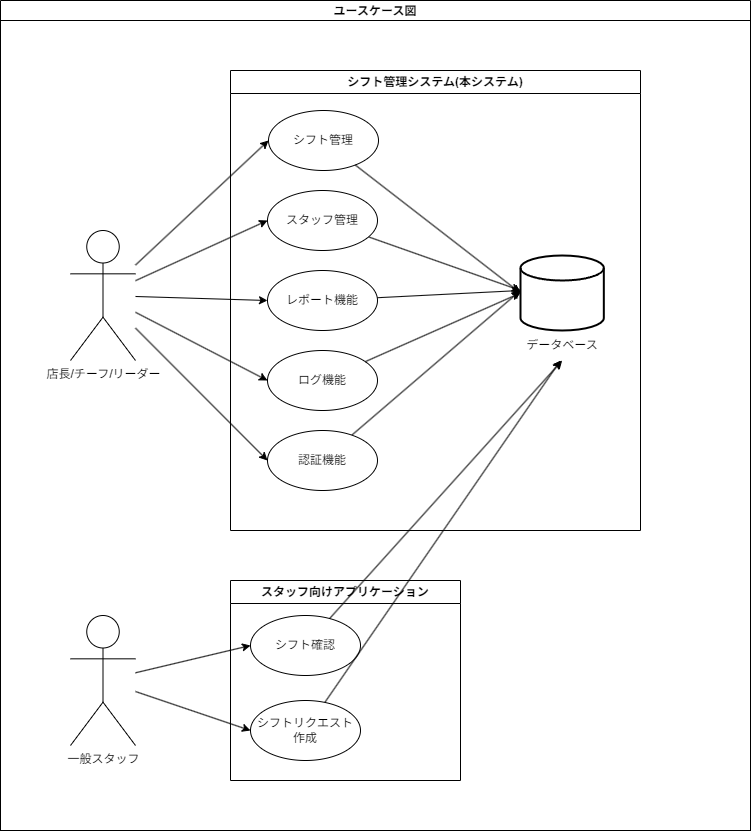
Above: docs/diagrams/ユースケース図.drawio.png in OMEGA-himajin/JyakunenPrac1 (draw.io), before the change. Source tidied: cells renumbered, new cells last; positions are measured from the earlier drawing's top-left corner, leaving out a move shared by most shapes. Source of this version:
```xml
<mxGraphModel>
  <root>
    <mxCell id="0" />
    <mxCell id="1" parent="0" />
    <mxCell id="2" value="ユースケース図" style="swimlane;whiteSpace=wrap;html=1;fillColor=#FFFFFF;" parent="1" vertex="1">
      <mxGeometry width="750" height="830" as="geometry" />
    </mxCell>
    <mxCell id="3" style="rounded=0;whiteSpace=wrap;html=1;" parent="2" vertex="1">
      <mxGeometry y="20" width="750" height="810" as="geometry" />
    </mxCell>
    <mxCell id="4" value="シフト管理システム(本システム)" style="swimlane;whiteSpace=wrap;html=1;" parent="2" vertex="1">
      <mxGeometry x="230" y="70" width="410" height="460" as="geometry" />
    </mxCell>
    <mxCell id="5" value="シフト管理" style="ellipse;whiteSpace=wrap;html=1;" parent="4" vertex="1">
      <mxGeometry x="38" y="40" width="110" height="60" as="geometry" />
    </mxCell>
    <mxCell id="6" value="ログ機能" style="ellipse;whiteSpace=wrap;html=1;" parent="4" vertex="1">
      <mxGeometry x="37" y="280" width="110" height="60" as="geometry" />
    </mxCell>
    <mxCell id="7" style="edgeStyle=none;html=1;" parent="4" edge="1" source="8">
      <mxGeometry relative="1" as="geometry">
        <mxPoint x="290" y="220" as="targetPoint" />
      </mxGeometry>
    </mxCell>
    <mxCell id="8" value="レポート機能" style="ellipse;whiteSpace=wrap;html=1;" parent="4" vertex="1">
      <mxGeometry x="37" y="200" width="110" height="60" as="geometry" />
    </mxCell>
    <mxCell id="9" style="edgeStyle=none;html=1;" parent="4" edge="1" source="10">
      <mxGeometry relative="1" as="geometry">
        <mxPoint x="290" y="220" as="targetPoint" />
      </mxGeometry>
    </mxCell>
    <mxCell id="10" value="スタッフ管理" style="ellipse;whiteSpace=wrap;html=1;" parent="4" vertex="1">
      <mxGeometry x="37" y="120" width="110" height="60" as="geometry" />
    </mxCell>
    <mxCell id="11" style="edgeStyle=none;html=1;" parent="4" edge="1" source="12">
      <mxGeometry relative="1" as="geometry">
        <mxPoint x="290" y="220" as="targetPoint" />
      </mxGeometry>
    </mxCell>
    <mxCell id="12" value="認証機能" style="ellipse;whiteSpace=wrap;html=1;" parent="4" vertex="1">
      <mxGeometry x="37" y="360" width="110" height="60" as="geometry" />
    </mxCell>
    <mxCell id="13" style="strokeWidth=2;html=1;shape=mxgraph.flowchart.database;whiteSpace=wrap;" parent="4" vertex="1">
      <mxGeometry x="290" y="185" width="83.3" height="75" as="geometry" />
    </mxCell>
    <mxCell id="14" value="データベース" style="text;html=1;align=center;verticalAlign=middle;whiteSpace=wrap;rounded=0;" parent="4" vertex="1">
      <mxGeometry x="286.7" y="260" width="90" height="30" as="geometry" />
    </mxCell>
    <mxCell id="15" style="edgeStyle=none;html=1;entryX=0;entryY=0.5;entryDx=0;entryDy=0;entryPerimeter=0;" parent="4" edge="1" source="5" target="13">
      <mxGeometry relative="1" as="geometry" />
    </mxCell>
    <mxCell id="16" style="edgeStyle=none;html=1;entryX=0;entryY=0.5;entryDx=0;entryDy=0;entryPerimeter=0;" parent="4" edge="1" source="6" target="13">
      <mxGeometry relative="1" as="geometry" />
    </mxCell>
    <mxCell id="17" style="edgeStyle=none;html=1;entryX=0;entryY=0.5;entryDx=0;entryDy=0;" parent="2" edge="1" source="22" target="5">
      <mxGeometry relative="1" as="geometry" />
    </mxCell>
    <mxCell id="18" style="edgeStyle=none;html=1;entryX=0;entryY=0.5;entryDx=0;entryDy=0;" parent="2" edge="1" source="22" target="10">
      <mxGeometry relative="1" as="geometry" />
    </mxCell>
    <mxCell id="19" style="edgeStyle=none;html=1;entryX=0;entryY=0.5;entryDx=0;entryDy=0;" parent="2" edge="1" source="22" target="8">
      <mxGeometry relative="1" as="geometry" />
    </mxCell>
    <mxCell id="20" style="edgeStyle=none;html=1;entryX=0;entryY=0.5;entryDx=0;entryDy=0;" parent="2" edge="1" source="22" target="6">
      <mxGeometry relative="1" as="geometry" />
    </mxCell>
    <mxCell id="21" style="edgeStyle=none;html=1;entryX=0;entryY=0.5;entryDx=0;entryDy=0;" parent="2" edge="1" source="22" target="12">
      <mxGeometry relative="1" as="geometry" />
    </mxCell>
    <mxCell id="22" value="店長/チーフ/リーダー" style="shape=umlActor;verticalLabelPosition=bottom;verticalAlign=top;html=1;outlineConnect=0;" parent="2" vertex="1">
      <mxGeometry x="70" y="230" width="65" height="130" as="geometry" />
    </mxCell>
    <mxCell id="23" style="edgeStyle=none;html=1;entryX=0;entryY=0.5;entryDx=0;entryDy=0;" parent="2" edge="1" source="25" target="27">
      <mxGeometry relative="1" as="geometry" />
    </mxCell>
    <mxCell id="24" style="edgeStyle=none;html=1;entryX=0;entryY=0.5;entryDx=0;entryDy=0;" parent="2" edge="1" source="25" target="29">
      <mxGeometry relative="1" as="geometry" />
    </mxCell>
    <mxCell id="25" value="一般スタッフ" style="shape=umlActor;verticalLabelPosition=bottom;verticalAlign=top;html=1;outlineConnect=0;" parent="2" vertex="1">
      <mxGeometry x="70" y="615" width="65" height="130" as="geometry" />
    </mxCell>
    <mxCell id="26" value="スタッフ向けアプリケーション" style="swimlane;whiteSpace=wrap;html=1;" parent="2" vertex="1">
      <mxGeometry x="230" y="580" width="230" height="200" as="geometry" />
    </mxCell>
    <mxCell id="27" value="シフト確認" style="ellipse;whiteSpace=wrap;html=1;" parent="26" vertex="1">
      <mxGeometry x="20" y="35" width="110" height="60" as="geometry" />
    </mxCell>
    <mxCell id="28" style="edgeStyle=none;html=1;" parent="26" edge="1" source="29">
      <mxGeometry relative="1" as="geometry">
        <mxPoint x="330" y="-220" as="targetPoint" />
      </mxGeometry>
    </mxCell>
    <mxCell id="29" value="シフトリクエスト&lt;div&gt;作成&lt;/div&gt;" style="ellipse;whiteSpace=wrap;html=1;" parent="26" vertex="1">
      <mxGeometry x="20" y="120" width="110" height="60" as="geometry" />
    </mxCell>
    <mxCell id="30" style="edgeStyle=none;html=1;entryX=0.5;entryY=1;entryDx=0;entryDy=0;" parent="2" edge="1" source="27" target="14">
      <mxGeometry relative="1" as="geometry" />
    </mxCell>
  </root>
</mxGraphModel>
```
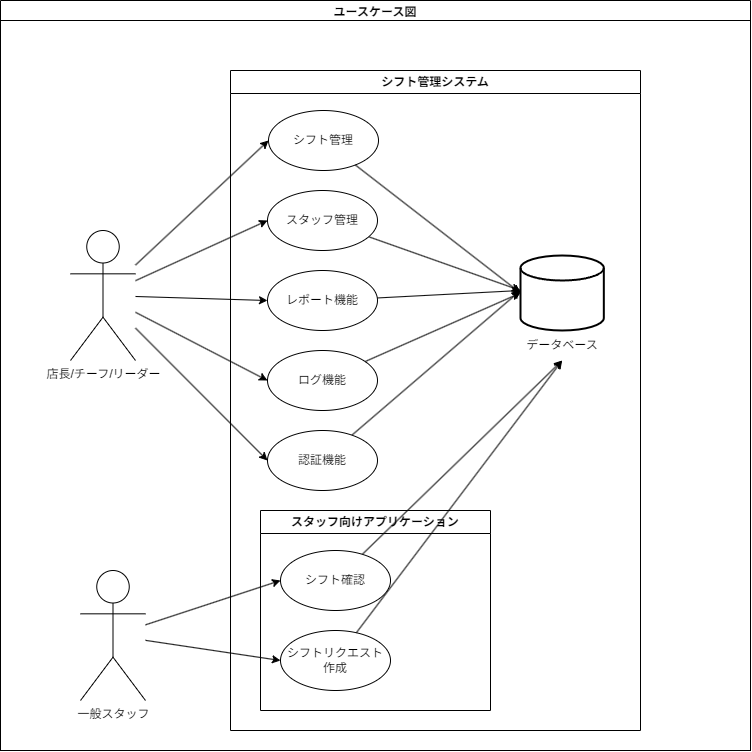
The same diagram one commit later.

Commit message:
doc: ユースケース図を修正

What changed in the source:
```diff
@@ -3,13 +3,13 @@
     <mxCell id="0" />
     <mxCell id="1" parent="0" />
     <mxCell id="2" value="ユースケース図" style="swimlane;whiteSpace=wrap;html=1;fillColor=#FFFFFF;" parent="1" vertex="1">
-      <mxGeometry width="750" height="830" as="geometry" />
+      <mxGeometry width="750" height="750" as="geometry" />
     </mxCell>
     <mxCell id="3" style="rounded=0;whiteSpace=wrap;html=1;" parent="2" vertex="1">
-      <mxGeometry y="20" width="750" height="810" as="geometry" />
+      <mxGeometry y="20" width="750" height="730" as="geometry" />
     </mxCell>
-    <mxCell id="4" value="シフト管理システム(本システム)" style="swimlane;whiteSpace=wrap;html=1;" parent="2" vertex="1">
-      <mxGeometry x="230" y="70" width="410" height="460" as="geometry" />
+    <mxCell id="4" value="シフト管理システム" style="swimlane;whiteSpace=wrap;html=1;" parent="2" vertex="1">
+      <mxGeometry x="230" y="70" width="410" height="660" as="geometry" />
     </mxCell>
     <mxCell id="5" value="シフト管理" style="ellipse;whiteSpace=wrap;html=1;" parent="4" vertex="1">
       <mxGeometry x="38" y="40" width="110" height="60" as="geometry" />
@@ -78,24 +78,22 @@
       <mxGeometry relative="1" as="geometry" />
     </mxCell>
     <mxCell id="25" value="一般スタッフ" style="shape=umlActor;verticalLabelPosition=bottom;verticalAlign=top;html=1;outlineConnect=0;" parent="2" vertex="1">
-      <mxGeometry x="70" y="615" width="65" height="130" as="geometry" />
+      <mxGeometry x="80" y="570" width="65" height="130" as="geometry" />
     </mxCell>
     <mxCell id="26" value="スタッフ向けアプリケーション" style="swimlane;whiteSpace=wrap;html=1;" parent="2" vertex="1">
-      <mxGeometry x="230" y="580" width="230" height="200" as="geometry" />
+      <mxGeometry x="260" y="510" width="230" height="200" as="geometry" />
     </mxCell>
-    <mxCell id="27" value="シフト確認" style="ellipse;whiteSpace=wrap;html=1;" parent="26" vertex="1">
-      <mxGeometry x="20" y="35" width="110" height="60" as="geometry" />
-    </mxCell>
-    <mxCell id="28" style="edgeStyle=none;html=1;" parent="26" edge="1" source="29">
-      <mxGeometry relative="1" as="geometry">
-        <mxPoint x="330" y="-220" as="targetPoint" />
-      </mxGeometry>
-    </mxCell>
     <mxCell id="29" value="シフトリクエスト&lt;div&gt;作成&lt;/div&gt;" style="ellipse;whiteSpace=wrap;html=1;" parent="26" vertex="1">
       <mxGeometry x="20" y="120" width="110" height="60" as="geometry" />
     </mxCell>
     <mxCell id="30" style="edgeStyle=none;html=1;entryX=0.5;entryY=1;entryDx=0;entryDy=0;" parent="2" edge="1" source="27" target="14">
       <mxGeometry relative="1" as="geometry" />
     </mxCell>
+    <mxCell id="28" style="edgeStyle=none;html=1;entryX=0.5;entryY=1;entryDx=0;entryDy=0;" parent="2" edge="1" source="29" target="14">
+      <mxGeometry relative="1" as="geometry" />
+    </mxCell>
+    <mxCell id="27" value="シフト確認" style="ellipse;whiteSpace=wrap;html=1;" parent="2" vertex="1">
+      <mxGeometry x="280" y="550" width="110" height="60" as="geometry" />
+    </mxCell>
   </root>
 </mxGraphModel>
```
